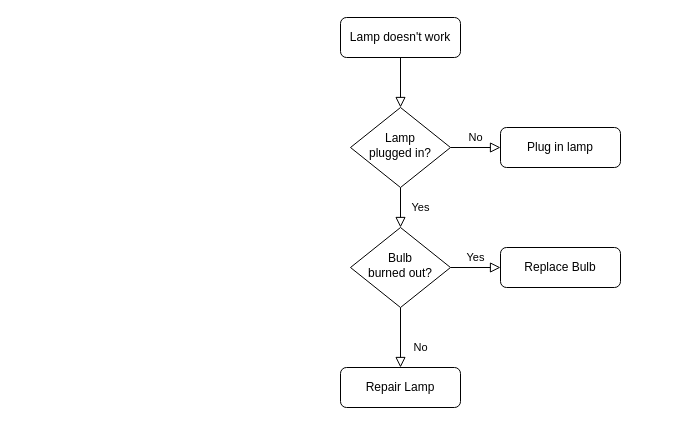
The draw.io diagram Untitled Diagram.drawio in dailypartita/diagram-kaiti, before the edit. Source tidied: cells renumbered, new cells numbered last; positions are measured from the earlier drawing's top-left corner, leaving out a move shared by most shapes. Both pictures are drawn from the tidied source at 100%, with x=0, y=0 at pixel (340, 17).
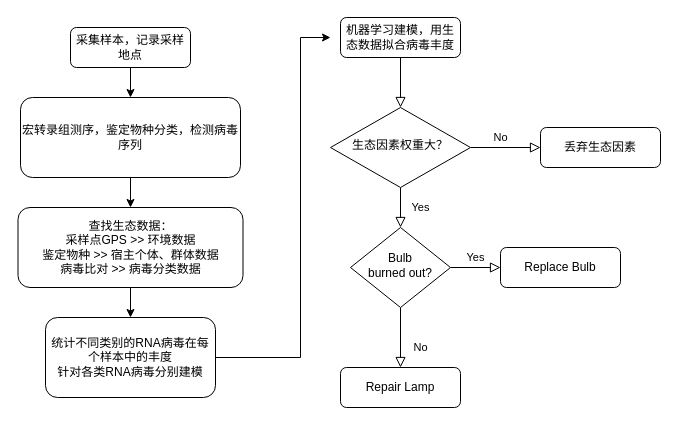
The same diagram, later.

Diff of the diagram source:
```diff
@@
-    <mxCell id="3" value="Lamp doesn't work" style="rounded=1;whiteSpace=wrap;html=1;fontSize=12;glass=0;strokeWidth=1;shadow=0;" parent="1" vertex="1">
+    <mxCell id="3" value="机器学习建模，用生态数据拟合病毒丰度" style="rounded=1;whiteSpace=wrap;html=1;fontSize=12;glass=0;strokeWidth=1;shadow=0;" parent="1" vertex="1">
       <mxGeometry width="120" height="40" as="geometry" />
     </mxCell>
@@
     <mxCell id="5" value="No" style="edgeStyle=orthogonalEdgeStyle;rounded=0;html=1;jettySize=auto;fontSize=11;endArrow=block;endFill=0;endSize=8;strokeWidth=1;shadow=0;labelBackgroundColor=none;" parent="1" edge="1" source="6" target="7">
-      <mxGeometry y="10" relative="1" as="geometry" />
+      <mxGeometry x="-0.14" y="10" relative="1" as="geometry" />
     </mxCell>
-    <mxCell id="6" value="Lamp&lt;br&gt;plugged in?" style="rhombus;whiteSpace=wrap;html=1;shadow=0;fontFamily=Helvetica;fontSize=12;align=center;strokeWidth=1;spacing=6;spacingTop=-4;" parent="1" vertex="1">
-      <mxGeometry x="10" y="90" width="100" height="80" as="geometry" />
+    <mxCell id="6" value="生态因素权重大？" style="rhombus;whiteSpace=wrap;html=1;shadow=0;fontFamily=Helvetica;fontSize=12;align=center;strokeWidth=1;spacing=6;spacingTop=-4;" parent="1" vertex="1">
+      <mxGeometry x="-10" y="90" width="140" height="80" as="geometry" />
     </mxCell>
-    <mxCell id="7" value="Plug in lamp" style="rounded=1;whiteSpace=wrap;html=1;fontSize=12;glass=0;strokeWidth=1;shadow=0;" parent="1" vertex="1">
-      <mxGeometry x="160" y="110" width="120" height="40" as="geometry" />
+    <mxCell id="7" value="丢弃生态因素" style="rounded=1;whiteSpace=wrap;html=1;fontSize=12;glass=0;strokeWidth=1;shadow=0;" parent="1" vertex="1">
+      <mxGeometry x="200" y="110" width="120" height="40" as="geometry" />
     </mxCell>
@@
+    <mxCell id="13" style="edgeStyle=orthogonalEdgeStyle;rounded=0;jettySize=auto;html=1;" parent="1" edge="1" source="14" target="16">
+      <mxGeometry relative="1" as="geometry" />
+    </mxCell>
+    <mxCell id="14" value="采集样本，记录采样地点" style="rounded=1;whiteSpace=wrap;html=1;fontSize=12;glass=0;strokeWidth=1;shadow=0;" parent="1" vertex="1">
+      <mxGeometry x="-270" y="10" width="120" height="40" as="geometry" />
+    </mxCell>
+    <mxCell id="15" style="edgeStyle=orthogonalEdgeStyle;rounded=0;jettySize=auto;html=1;" parent="1" edge="1" source="16" target="19">
+      <mxGeometry relative="1" as="geometry" />
+    </mxCell>
+    <mxCell id="16" value="宏转录组测序，鉴定物种分类，检测病毒序列" style="rounded=1;whiteSpace=wrap;html=1;fontSize=12;glass=0;strokeWidth=1;shadow=0;" parent="1" vertex="1">
+      <mxGeometry x="-320" y="80" width="220" height="80" as="geometry" />
+    </mxCell>
+    <mxCell id="17" style="edgeStyle=orthogonalEdgeStyle;rounded=0;jettySize=auto;html=1;exitX=1;exitY=0.5;exitDx=0;exitDy=0;" parent="1" edge="1" source="20">
+      <mxGeometry relative="1" as="geometry">
+        <mxPoint x="-10" y="20" as="targetPoint" />
+        <Array as="points">
+          <mxPoint x="-40" y="340" />
+          <mxPoint x="-40" y="20" />
+        </Array>
+      </mxGeometry>
+    </mxCell>
+    <mxCell id="18" style="edgeStyle=orthogonalEdgeStyle;rounded=0;jettySize=auto;html=1;" parent="1" edge="1" source="19" target="20">
+      <mxGeometry relative="1" as="geometry" />
+    </mxCell>
+    <mxCell id="19" value="查找生态数据：&lt;br&gt;采样点GPS &amp;gt;&amp;gt; 环境数据&lt;br&gt;鉴定物种 &amp;gt;&amp;gt; 宿主个体、群体数据&lt;br&gt;病毒比对 &amp;gt;&amp;gt; 病毒分类数据" style="rounded=1;whiteSpace=wrap;html=1;fontSize=12;glass=0;strokeWidth=1;shadow=0;" parent="1" vertex="1">
+      <mxGeometry x="-322.5" y="190" width="225" height="80" as="geometry" />
+    </mxCell>
+    <mxCell id="20" value="统计不同类别的RNA病毒在每个样本中的丰度&lt;br&gt;针对各类RNA病毒分别建模" style="rounded=1;whiteSpace=wrap;html=1;fontSize=12;glass=0;strokeWidth=1;shadow=0;" parent="1" vertex="1">
+      <mxGeometry x="-295" y="300" width="170" height="80" as="geometry" />
+    </mxCell>
```
